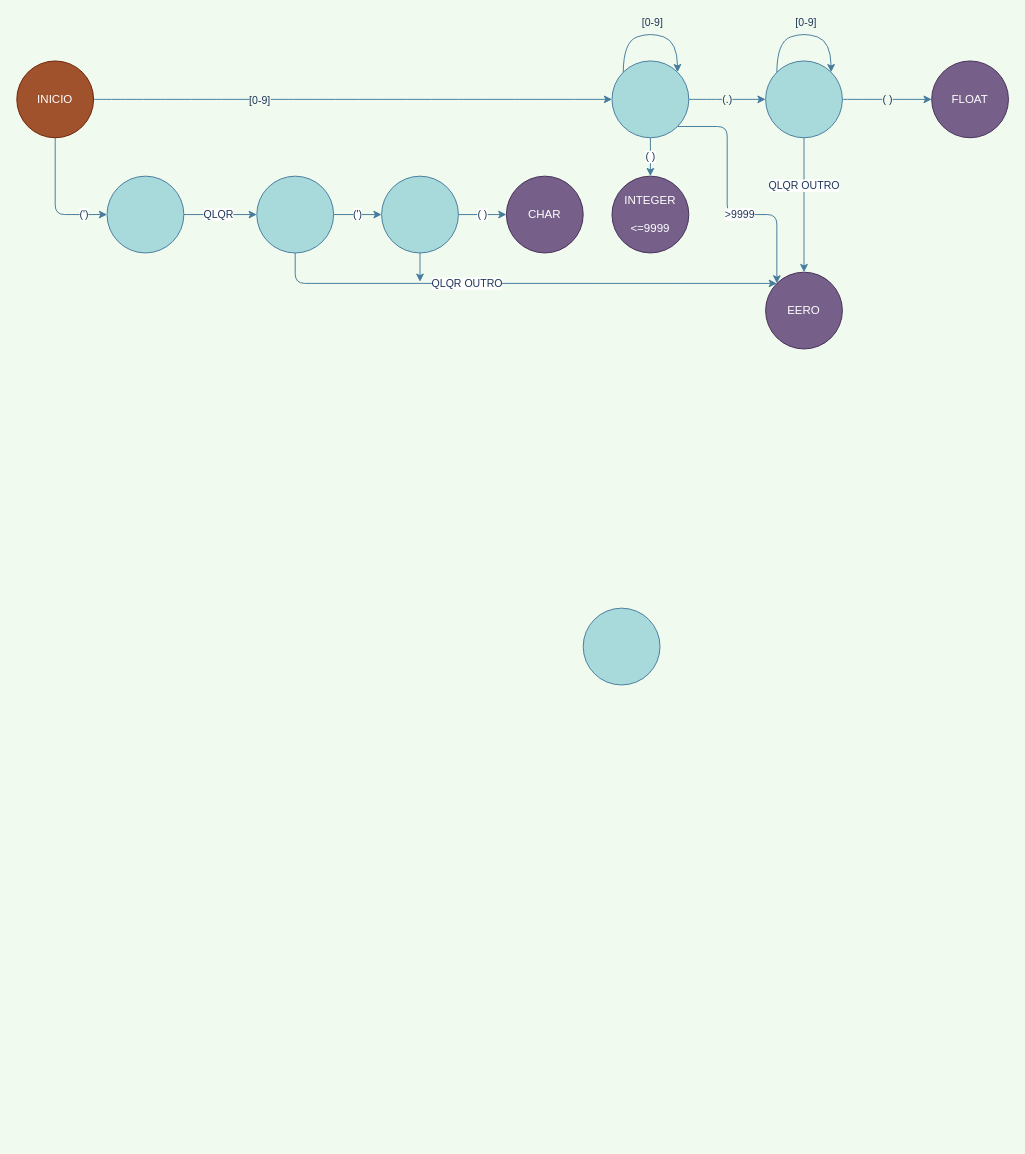
V-Mihael/Hello-World keeps this draw.io diagram as Untitled Diagram.drawio. Above is the earlier version. Source tidied: cells renumbered, new cells numbered last; positions are measured from the earlier drawing's top-left corner, leaving out a move shared by most shapes. Both pictures are drawn from the tidied source at 96%, with x=0, y=0 at pixel (16, 32).
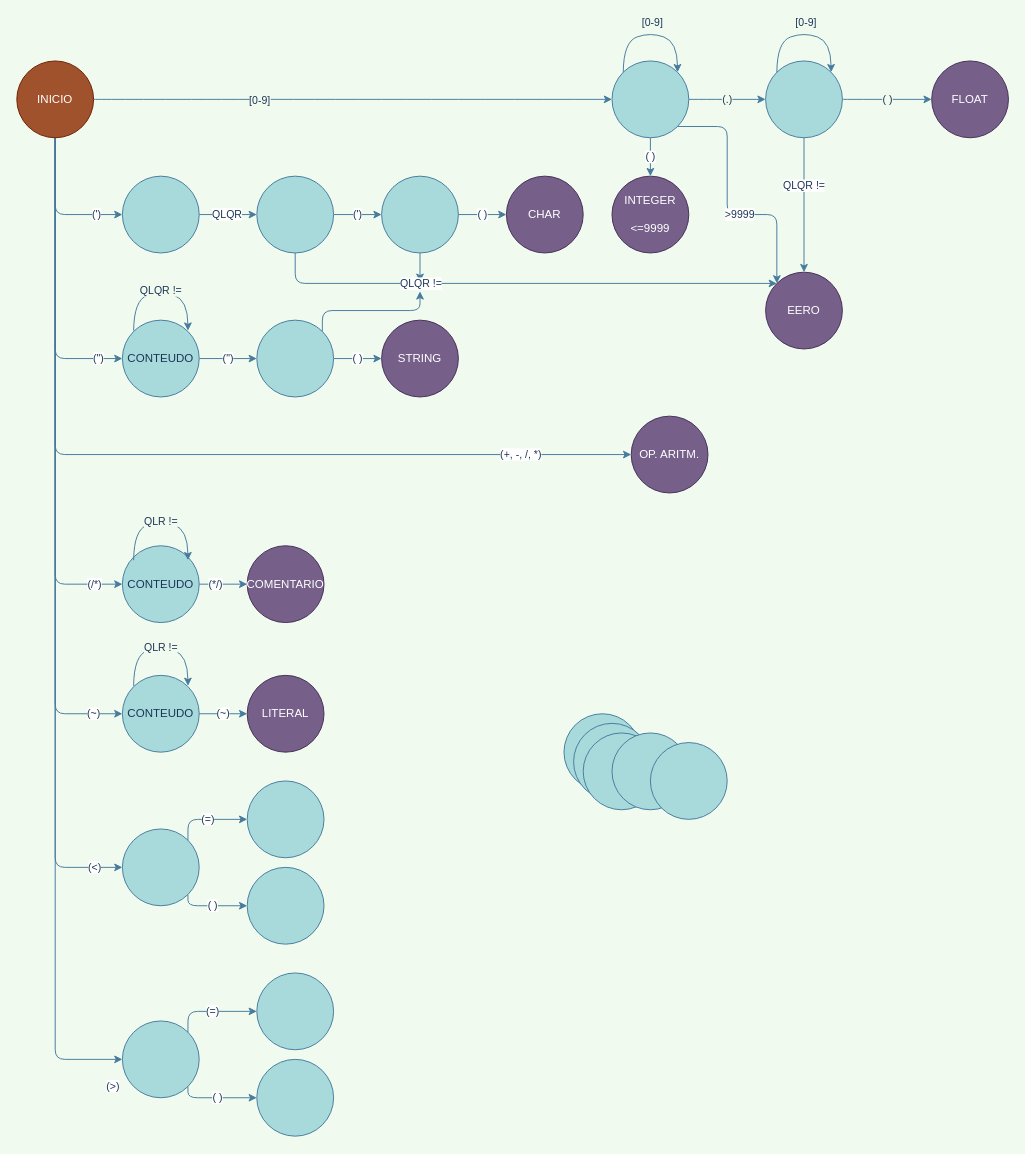
The same page after the edit.

Unchanged cells that the change refers to:
```xml
<mxCell id="5" value="&lt;div&gt;INICIO&lt;/div&gt;" style="ellipse;whiteSpace=wrap;html=1;fillColor=#a0522d;strokeColor=#6D1F00;direction=south;fontColor=#ffffff;rounded=1;" parent="1" vertex="1">
  <mxGeometry y="30" width="80" height="80" as="geometry" />
</mxCell>
<mxCell id="11" style="ellipse;whiteSpace=wrap;html=1;fillColor=#A8DADC;strokeColor=#457B9D;fontColor=#1D3557;rounded=1;" parent="1" vertex="1">
  <mxGeometry x="780" y="30" width="80" height="80" as="geometry" />
</mxCell>
<mxCell id="21" value="EERO" style="ellipse;whiteSpace=wrap;html=1;fillColor=#76608a;strokeColor=#432D57;fontColor=#ffffff;rounded=1;" parent="1" vertex="1">
  <mxGeometry x="780" y="250" width="80" height="80" as="geometry" />
</mxCell>
<mxCell id="26" style="ellipse;whiteSpace=wrap;html=1;rounded=1;strokeColor=#457B9D;fillColor=#A8DADC;fontColor=#1D3557;" parent="1" vertex="1">
  <mxGeometry x="250" y="150" width="80" height="80" as="geometry" />
</mxCell>
```

What changed in the source:
```diff
@@
+    <mxCell id="30" value="(&quot;)" style="edgeStyle=orthogonalEdgeStyle;curved=0;rounded=1;sketch=0;jettySize=auto;html=1;strokeColor=#457B9D;fillColor=#A8DADC;fontColor=#1D3557;entryX=0;entryY=0.5;entryDx=0;entryDy=0;" parent="1" edge="1" source="5" target="20">
+      <mxGeometry x="0.83" relative="1" as="geometry">
+        <Array as="points">
+          <mxPoint x="40" y="340" />
+        </Array>
+      </mxGeometry>
+    </mxCell>
+    <mxCell id="31" value="(+, -, /, *)" style="edgeStyle=orthogonalEdgeStyle;curved=0;rounded=1;sketch=0;jettySize=auto;html=1;entryX=0;entryY=0.5;entryDx=0;entryDy=0;strokeColor=#457B9D;fillColor=#A8DADC;fontColor=#1D3557;" parent="1" edge="1" source="5" target="51">
+      <mxGeometry x="0.71" y="20" relative="1" as="geometry">
+        <Array as="points">
+          <mxPoint x="40" y="440" />
+        </Array>
+        <mxPoint x="20" y="20" as="offset" />
+      </mxGeometry>
+    </mxCell>
+    <mxCell id="32" value="(/*)" style="edgeStyle=orthogonalEdgeStyle;curved=0;rounded=1;sketch=0;jettySize=auto;html=1;entryX=0;entryY=0.5;entryDx=0;entryDy=0;strokeColor=#457B9D;fillColor=#A8DADC;fontColor=#1D3557;" parent="1" edge="1" source="5" target="53">
+      <mxGeometry x="0.89" relative="1" as="geometry">
+        <Array as="points">
+          <mxPoint x="40" y="575" />
+        </Array>
+      </mxGeometry>
+    </mxCell>
+    <mxCell id="33" value="(~)" style="edgeStyle=orthogonalEdgeStyle;curved=0;rounded=1;sketch=0;jettySize=auto;html=1;entryX=0;entryY=0.5;entryDx=0;entryDy=0;strokeColor=#457B9D;fillColor=#A8DADC;fontColor=#1D3557;" parent="1" edge="1" source="5" target="46">
+      <mxGeometry x="0.91" relative="1" as="geometry">
+        <Array as="points">
+          <mxPoint x="40" y="710" />
+        </Array>
+      </mxGeometry>
+    </mxCell>
+    <mxCell id="34" value="(&amp;lt;)" style="edgeStyle=orthogonalEdgeStyle;curved=0;rounded=1;sketch=0;jettySize=auto;html=1;entryX=0;entryY=0.5;entryDx=0;entryDy=0;strokeColor=#457B9D;fillColor=#A8DADC;fontColor=#1D3557;" parent="1" edge="1" source="5" target="43">
+      <mxGeometry x="0.93" relative="1" as="geometry">
+        <Array as="points">
+          <mxPoint x="40" y="870" />
+        </Array>
+      </mxGeometry>
+    </mxCell>
+    <mxCell id="35" value="(&amp;gt;)" style="edgeStyle=orthogonalEdgeStyle;curved=0;rounded=1;sketch=0;jettySize=auto;html=1;entryX=0;entryY=0.5;entryDx=0;entryDy=0;strokeColor=#457B9D;fillColor=#A8DADC;fontColor=#1D3557;" parent="1" edge="1" source="5" target="40">
+      <mxGeometry x="0.86" y="30" relative="1" as="geometry">
+        <Array as="points">
+          <mxPoint x="40" y="1070" />
+        </Array>
+        <mxPoint x="30" y="30" as="offset" />
+      </mxGeometry>
+    </mxCell>
@@
     <mxCell id="7" style="ellipse;whiteSpace=wrap;html=1;fillColor=#A8DADC;strokeColor=#457B9D;fontColor=#1D3557;rounded=1;" parent="1" vertex="1">
-      <mxGeometry x="94" y="150" width="80" height="80" as="geometry" />
+      <mxGeometry x="110" y="150" width="80" height="80" as="geometry" />
     </mxCell>
@@
-    <mxCell id="10" value="QLQR OUTRO" style="edgeStyle=orthogonalEdgeStyle;curved=0;rounded=1;sketch=0;jettySize=auto;html=1;entryX=0.5;entryY=0;entryDx=0;entryDy=0;strokeColor=#457B9D;fillColor=#A8DADC;fontColor=#1D3557;" parent="1" edge="1" source="11" target="21">
+    <mxCell id="10" value="QLQR !=" style="edgeStyle=orthogonalEdgeStyle;curved=0;rounded=1;sketch=0;jettySize=auto;html=1;entryX=0.5;entryY=0;entryDx=0;entryDy=0;strokeColor=#457B9D;fillColor=#A8DADC;fontColor=#1D3557;" parent="1" edge="1" source="11" target="21">
       <mxGeometry x="-0.29" relative="1" as="geometry" />
     </mxCell>
@@
+    <mxCell id="36" value="(&quot;)" style="edgeStyle=orthogonalEdgeStyle;curved=0;rounded=1;sketch=0;jettySize=auto;html=1;strokeColor=#457B9D;fillColor=#A8DADC;fontColor=#1D3557;entryX=0;entryY=0.5;entryDx=0;entryDy=0;" parent="1" edge="1" source="20" target="50">
+      <mxGeometry relative="1" as="geometry" />
+    </mxCell>
-    <mxCell id="20" style="ellipse;whiteSpace=wrap;html=1;fillColor=#A8DADC;strokeColor=#457B9D;fontColor=#1D3557;rounded=1;" parent="1" vertex="1">
-      <mxGeometry x="590" y="600" width="80" height="80" as="geometry" />
+    <mxCell id="20" value="CONTEUDO" style="ellipse;whiteSpace=wrap;html=1;fillColor=#A8DADC;strokeColor=#457B9D;fontColor=#1D3557;rounded=1;" parent="1" vertex="1">
+      <mxGeometry x="110" y="300" width="80" height="80" as="geometry" />
     </mxCell>
@@
-    <mxCell id="24" value="QLQR OUTRO" style="edgeStyle=orthogonalEdgeStyle;curved=0;rounded=1;sketch=0;jettySize=auto;html=1;entryX=0;entryY=0;entryDx=0;entryDy=0;strokeColor=#457B9D;fillColor=#A8DADC;fontColor=#1D3557;exitX=0.5;exitY=1;exitDx=0;exitDy=0;" parent="1" edge="1" source="26" target="21">
-      <mxGeometry x="-0.21" relative="1" as="geometry">
+    <mxCell id="24" value="QLQR !=" style="edgeStyle=orthogonalEdgeStyle;curved=0;rounded=1;sketch=0;jettySize=auto;html=1;entryX=0;entryY=0;entryDx=0;entryDy=0;strokeColor=#457B9D;fillColor=#A8DADC;fontColor=#1D3557;exitX=0.5;exitY=1;exitDx=0;exitDy=0;" parent="1" edge="1" source="26" target="21">
+      <mxGeometry x="-0.39" relative="1" as="geometry">
         <Array as="points">
           <mxPoint x="290" y="262" />
         </Array>
       </mxGeometry>
     </mxCell>
@@
+    <mxCell id="37" value="QLQR !=" style="endArrow=classic;html=1;exitX=1;exitY=0;exitDx=0;exitDy=0;strokeColor=#457B9D;fontColor=#1D3557;curved=1;entryX=1;entryY=1;entryDx=0;entryDy=0;labelBackgroundColor=#F1FAEE;" parent="1" edge="1">
+      <mxGeometry relative="1" as="geometry">
+        <mxPoint x="121.7" y="310.9" as="sourcePoint" />
+        <mxPoint x="178.3" y="310.9" as="targetPoint" />
+        <Array as="points">
+          <mxPoint x="122" y="279.1" />
+          <mxPoint x="150" y="269.1" />
+          <mxPoint x="178" y="279.1" />
+        </Array>
+      </mxGeometry>
+    </mxCell>
+    <mxCell id="38" style="ellipse;whiteSpace=wrap;html=1;rounded=1;strokeColor=#457B9D;fillColor=#A8DADC;fontColor=#1D3557;" parent="1" vertex="1">
+      <mxGeometry x="570" y="710" width="80" height="80" as="geometry" />
+    </mxCell>
+    <mxCell id="39" value="LITERAL" style="ellipse;whiteSpace=wrap;html=1;rounded=1;strokeColor=#432D57;fillColor=#76608a;fontColor=#ffffff;" parent="1" vertex="1">
+      <mxGeometry x="240" y="670" width="80" height="80" as="geometry" />
+    </mxCell>
+    <mxCell id="40" style="ellipse;whiteSpace=wrap;html=1;rounded=1;strokeColor=#457B9D;fillColor=#A8DADC;fontColor=#1D3557;" parent="1" vertex="1">
+      <mxGeometry x="110" y="1030" width="80" height="80" as="geometry" />
+    </mxCell>
+    <mxCell id="41" value="(=)" style="edgeStyle=orthogonalEdgeStyle;curved=0;rounded=1;sketch=0;jettySize=auto;html=1;exitX=1;exitY=0;exitDx=0;exitDy=0;entryX=0;entryY=0.5;entryDx=0;entryDy=0;strokeColor=#457B9D;fillColor=#A8DADC;fontColor=#1D3557;" parent="1" edge="1" source="43" target="63">
+      <mxGeometry relative="1" as="geometry">
+        <Array as="points">
+          <mxPoint x="178" y="820" />
+        </Array>
+      </mxGeometry>
+    </mxCell>
+    <mxCell id="42" value="( )" style="edgeStyle=orthogonalEdgeStyle;curved=0;rounded=1;sketch=0;jettySize=auto;html=1;exitX=1;exitY=1;exitDx=0;exitDy=0;entryX=0;entryY=0.5;entryDx=0;entryDy=0;strokeColor=#457B9D;fillColor=#A8DADC;fontColor=#1D3557;" parent="1" edge="1" source="43" target="62">
+      <mxGeometry relative="1" as="geometry">
+        <Array as="points">
+          <mxPoint x="178" y="910" />
+        </Array>
+      </mxGeometry>
+    </mxCell>
+    <mxCell id="43" style="ellipse;whiteSpace=wrap;html=1;rounded=1;strokeColor=#457B9D;fillColor=#A8DADC;fontColor=#1D3557;" parent="1" vertex="1">
+      <mxGeometry x="110" y="830" width="80" height="80" as="geometry" />
+    </mxCell>
+    <mxCell id="44" value="STRING" style="ellipse;whiteSpace=wrap;html=1;rounded=1;strokeColor=#432D57;fillColor=#76608a;fontColor=#ffffff;" parent="1" vertex="1">
+      <mxGeometry x="380" y="300" width="80" height="80" as="geometry" />
+    </mxCell>
+    <mxCell id="45" value="(~)" style="edgeStyle=orthogonalEdgeStyle;curved=0;rounded=1;sketch=0;jettySize=auto;html=1;strokeColor=#457B9D;fillColor=#A8DADC;fontColor=#1D3557;" parent="1" edge="1" source="46" target="39">
+      <mxGeometry relative="1" as="geometry" />
+    </mxCell>
+    <mxCell id="46" value="CONTEUDO" style="ellipse;whiteSpace=wrap;html=1;rounded=1;strokeColor=#457B9D;fillColor=#A8DADC;fontColor=#1D3557;" parent="1" vertex="1">
+      <mxGeometry x="110" y="670" width="80" height="80" as="geometry" />
+    </mxCell>
+    <mxCell id="47" value="COMENTARIO" style="ellipse;whiteSpace=wrap;html=1;rounded=1;strokeColor=#432D57;fillColor=#76608a;fontColor=#ffffff;" parent="1" vertex="1">
+      <mxGeometry x="240" y="535" width="80" height="80" as="geometry" />
+    </mxCell>
+    <mxCell id="48" value="( )" style="edgeStyle=orthogonalEdgeStyle;curved=0;rounded=1;sketch=0;jettySize=auto;html=1;entryX=0;entryY=0.5;entryDx=0;entryDy=0;strokeColor=#457B9D;fillColor=#A8DADC;fontColor=#1D3557;" parent="1" edge="1" source="50" target="44">
+      <mxGeometry relative="1" as="geometry" />
+    </mxCell>
+    <mxCell id="49" style="edgeStyle=orthogonalEdgeStyle;curved=0;rounded=1;sketch=0;jettySize=auto;html=1;exitX=1;exitY=0;exitDx=0;exitDy=0;strokeColor=#457B9D;fillColor=#A8DADC;fontColor=#1D3557;" parent="1" edge="1" source="50">
+      <mxGeometry relative="1" as="geometry">
+        <mxPoint x="420" y="270" as="targetPoint" />
+        <Array as="points">
+          <mxPoint x="318" y="290" />
+          <mxPoint x="420" y="290" />
+        </Array>
+      </mxGeometry>
+    </mxCell>
+    <mxCell id="50" style="ellipse;whiteSpace=wrap;html=1;rounded=1;strokeColor=#457B9D;fillColor=#A8DADC;fontColor=#1D3557;" parent="1" vertex="1">
+      <mxGeometry x="250" y="300" width="80" height="80" as="geometry" />
+    </mxCell>
+    <mxCell id="51" value="OP. ARITM." style="ellipse;whiteSpace=wrap;html=1;rounded=1;strokeColor=#432D57;fillColor=#76608a;fontColor=#ffffff;" parent="1" vertex="1">
+      <mxGeometry x="640" y="400" width="80" height="80" as="geometry" />
+    </mxCell>
+    <mxCell id="52" value="(*/)" style="edgeStyle=orthogonalEdgeStyle;curved=0;rounded=1;sketch=0;jettySize=auto;html=1;entryX=0;entryY=0.5;entryDx=0;entryDy=0;strokeColor=#457B9D;fillColor=#A8DADC;fontColor=#1D3557;" parent="1" edge="1" source="53" target="47">
+      <mxGeometry x="-0.33" relative="1" as="geometry" />
+    </mxCell>
+    <mxCell id="53" value="CONTEUDO" style="ellipse;whiteSpace=wrap;html=1;rounded=1;strokeColor=#457B9D;fillColor=#A8DADC;fontColor=#1D3557;" parent="1" vertex="1">
+      <mxGeometry x="110" y="535" width="80" height="80" as="geometry" />
+    </mxCell>
+    <mxCell id="54" style="endArrow=classic;html=1;exitX=1;exitY=0;exitDx=0;exitDy=0;strokeColor=#457B9D;fontColor=#1D3557;curved=1;entryX=1;entryY=1;entryDx=0;entryDy=0;labelBackgroundColor=#F1FAEE;" parent="1" edge="1">
+      <mxGeometry relative="1" as="geometry">
+        <mxPoint x="121.7" y="550" as="sourcePoint" />
+        <mxPoint x="178.3" y="550" as="targetPoint" />
+        <Array as="points">
+          <mxPoint x="122" y="518.3" />
+          <mxPoint x="150" y="508.3" />
+          <mxPoint x="178" y="518.3" />
+        </Array>
+      </mxGeometry>
+    </mxCell>
+    <mxCell id="55" value="QLR !=" style="edgeLabel;html=1;align=center;verticalAlign=middle;fontColor=#1D3557;labelBackgroundColor=#F1FAEE;" parent="54" vertex="1">
+      <mxGeometry x="0.18" y="-4" relative="1" as="geometry">
+        <mxPoint x="-9.5" y="-5.9" as="offset" />
+      </mxGeometry>
+    </mxCell>
+    <mxCell id="56" style="endArrow=classic;html=1;exitX=1;exitY=0;exitDx=0;exitDy=0;strokeColor=#457B9D;fontColor=#1D3557;curved=1;entryX=1;entryY=1;entryDx=0;entryDy=0;labelBackgroundColor=#F1FAEE;" parent="1" edge="1">
+      <mxGeometry relative="1" as="geometry">
+        <mxPoint x="121.7" y="680.9" as="sourcePoint" />
+        <mxPoint x="178.3" y="680.9" as="targetPoint" />
+        <Array as="points">
+          <mxPoint x="122" y="649.1" />
+          <mxPoint x="150" y="639.1" />
+          <mxPoint x="178" y="649.1" />
+        </Array>
+      </mxGeometry>
+    </mxCell>
+    <mxCell id="57" value="QLR !=" style="edgeLabel;html=1;align=center;verticalAlign=middle;fontColor=#1D3557;labelBackgroundColor=#F1FAEE;" parent="56" vertex="1">
+      <mxGeometry x="0.18" y="-4" relative="1" as="geometry">
+        <mxPoint x="-9.5" y="-5.9" as="offset" />
+      </mxGeometry>
+    </mxCell>
+    <mxCell id="58" style="ellipse;whiteSpace=wrap;html=1;rounded=1;strokeColor=#457B9D;fillColor=#A8DADC;fontColor=#1D3557;" parent="1" vertex="1">
+      <mxGeometry x="580" y="720" width="80" height="80" as="geometry" />
+    </mxCell>
+    <mxCell id="59" style="ellipse;whiteSpace=wrap;html=1;rounded=1;strokeColor=#457B9D;fillColor=#A8DADC;fontColor=#1D3557;" parent="1" vertex="1">
+      <mxGeometry x="590" y="730" width="80" height="80" as="geometry" />
+    </mxCell>
+    <mxCell id="60" style="ellipse;whiteSpace=wrap;html=1;rounded=1;strokeColor=#457B9D;fillColor=#A8DADC;fontColor=#1D3557;" parent="1" vertex="1">
+      <mxGeometry x="620" y="730" width="80" height="80" as="geometry" />
+    </mxCell>
+    <mxCell id="61" style="ellipse;whiteSpace=wrap;html=1;rounded=1;strokeColor=#457B9D;fillColor=#A8DADC;fontColor=#1D3557;" parent="1" vertex="1">
+      <mxGeometry x="660" y="740" width="80" height="80" as="geometry" />
+    </mxCell>
+    <mxCell id="62" style="ellipse;whiteSpace=wrap;html=1;rounded=1;strokeColor=#457B9D;fillColor=#A8DADC;fontColor=#1D3557;" parent="1" vertex="1">
+      <mxGeometry x="240" y="870" width="80" height="80" as="geometry" />
+    </mxCell>
+    <mxCell id="63" style="ellipse;whiteSpace=wrap;html=1;rounded=1;strokeColor=#457B9D;fillColor=#A8DADC;fontColor=#1D3557;" parent="1" vertex="1">
+      <mxGeometry x="240" y="780" width="80" height="80" as="geometry" />
+    </mxCell>
+    <mxCell id="64" value="(=)" style="edgeStyle=orthogonalEdgeStyle;curved=0;rounded=1;sketch=0;jettySize=auto;html=1;exitX=1;exitY=0;exitDx=0;exitDy=0;entryX=0;entryY=0.5;entryDx=0;entryDy=0;strokeColor=#457B9D;fillColor=#A8DADC;fontColor=#1D3557;" parent="1" edge="1" target="67">
+      <mxGeometry relative="1" as="geometry">
+        <mxPoint x="178.3" y="1041.7" as="sourcePoint" />
+        <Array as="points">
+          <mxPoint x="178" y="1020" />
+        </Array>
+      </mxGeometry>
+    </mxCell>
+    <mxCell id="65" value="( )" style="edgeStyle=orthogonalEdgeStyle;curved=0;rounded=1;sketch=0;jettySize=auto;html=1;exitX=1;exitY=1;exitDx=0;exitDy=0;entryX=0;entryY=0.5;entryDx=0;entryDy=0;strokeColor=#457B9D;fillColor=#A8DADC;fontColor=#1D3557;" parent="1" edge="1" target="66">
+      <mxGeometry relative="1" as="geometry">
+        <mxPoint x="178.3" y="1098.3" as="sourcePoint" />
+        <Array as="points">
+          <mxPoint x="178" y="1110" />
+        </Array>
+      </mxGeometry>
+    </mxCell>
+    <mxCell id="66" style="ellipse;whiteSpace=wrap;html=1;rounded=1;strokeColor=#457B9D;fillColor=#A8DADC;fontColor=#1D3557;" parent="1" vertex="1">
+      <mxGeometry x="250" y="1070" width="80" height="80" as="geometry" />
+    </mxCell>
+    <mxCell id="67" style="ellipse;whiteSpace=wrap;html=1;rounded=1;strokeColor=#457B9D;fillColor=#A8DADC;fontColor=#1D3557;" parent="1" vertex="1">
+      <mxGeometry x="250" y="980" width="80" height="80" as="geometry" />
+    </mxCell>
```
